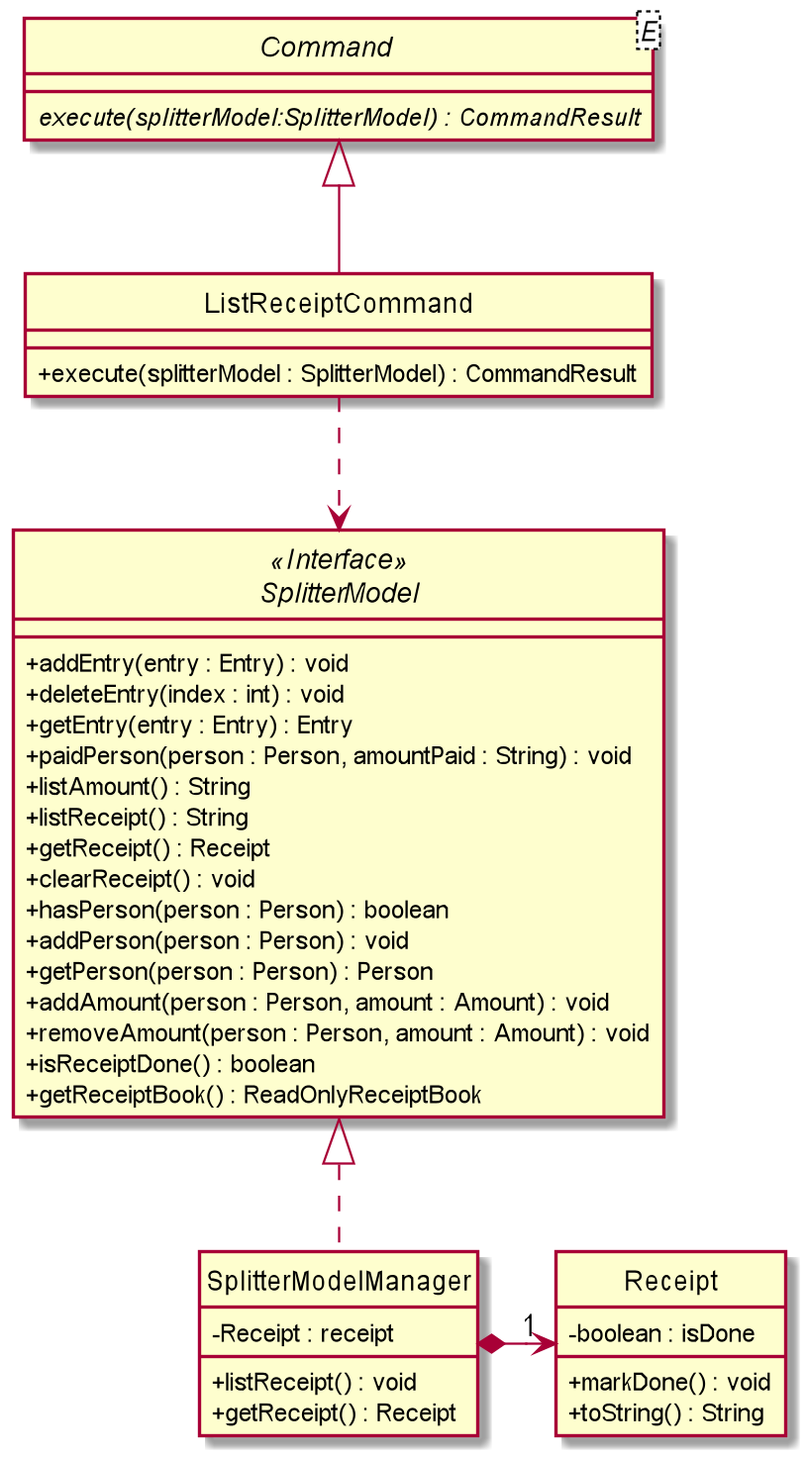
Above: docs/images/ExpenseSplitterListReceiptCommandClassDiagram.png in nus-cs2103-AY1920S2/addressbook-level3 (PlantUML), before the change.
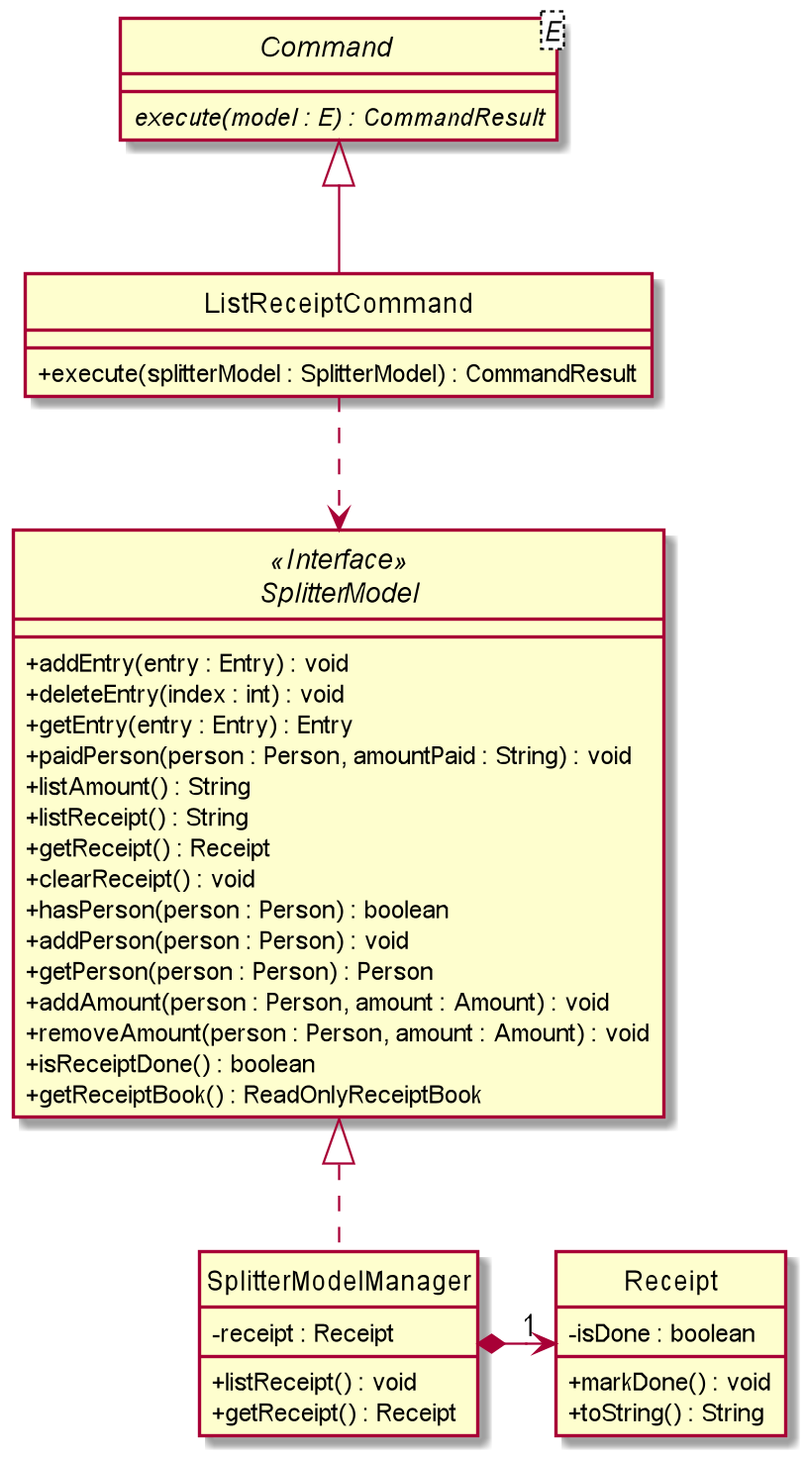
The same diagram one commit later.

The edit, as a diff of the source:
```diff
@@ -7,7 +7,7 @@
 
 
 abstract class Command <E> {
-    {abstract} execute(splitterModel:SplitterModel) : CommandResult
+    {abstract} execute(model : E) : CommandResult
 }
 
 class ListReceiptCommand extends Command {
@@ -17,7 +17,7 @@
 }
 
 class SplitterModelManager implements SplitterModel {
-    - Receipt : receipt
+    - receipt : Receipt
 
     + listReceipt() : void
     + getReceipt() : Receipt
@@ -44,7 +44,7 @@
 }
 
 class Receipt {
-    - boolean : isDone
+    - isDone : boolean
 
     + markDone() : void
     + toString() : String
```
